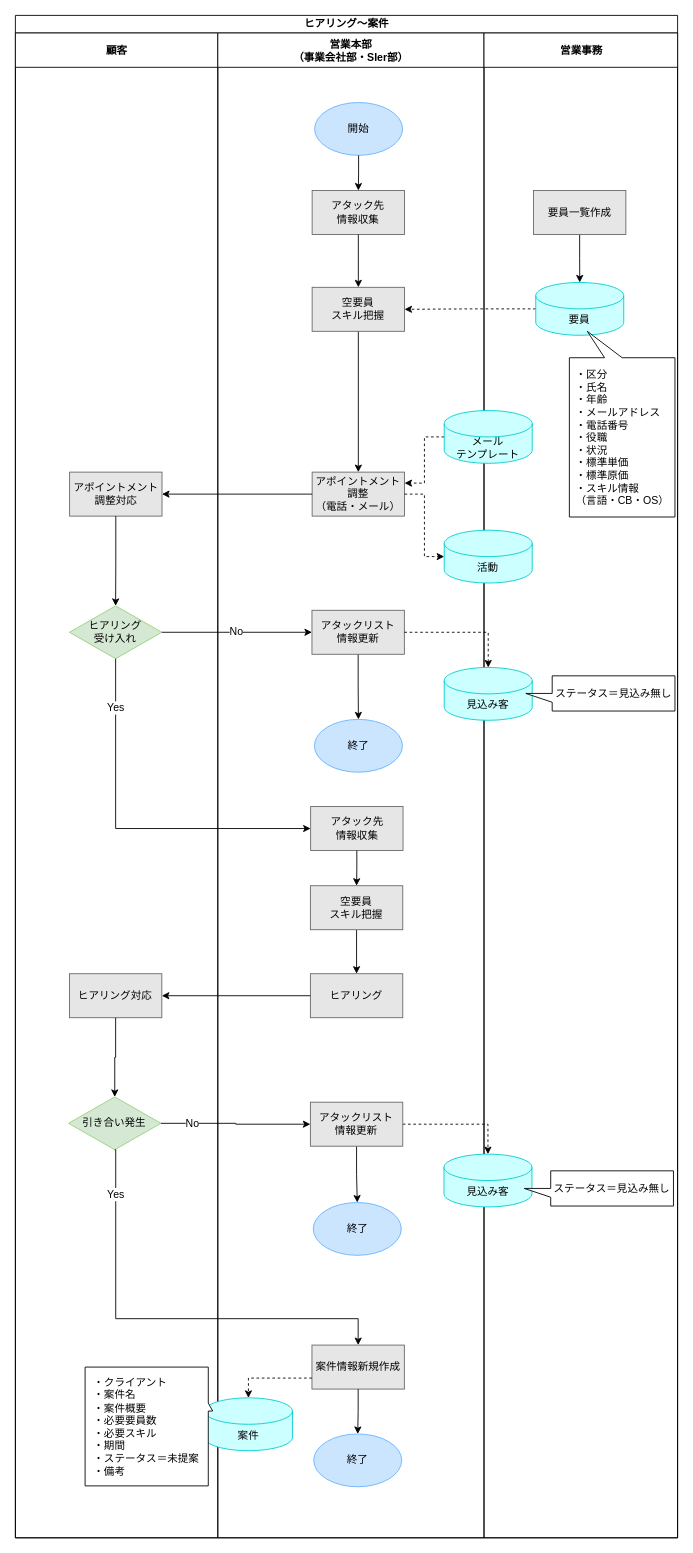
Earlier version of the draw.io diagram page "ヒアリング～案件" (3 of 6) of 20230622To-Be業務フロー図.drawio (TaikiHorita/TaikiRepository). Source tidied: cells renumbered, new cells numbered last; positions are measured from the earlier drawing's top-left corner, leaving out a move shared by most shapes. Both pictures are drawn from the tidied source at 88%, with x=0, y=0 at pixel (15, 15).
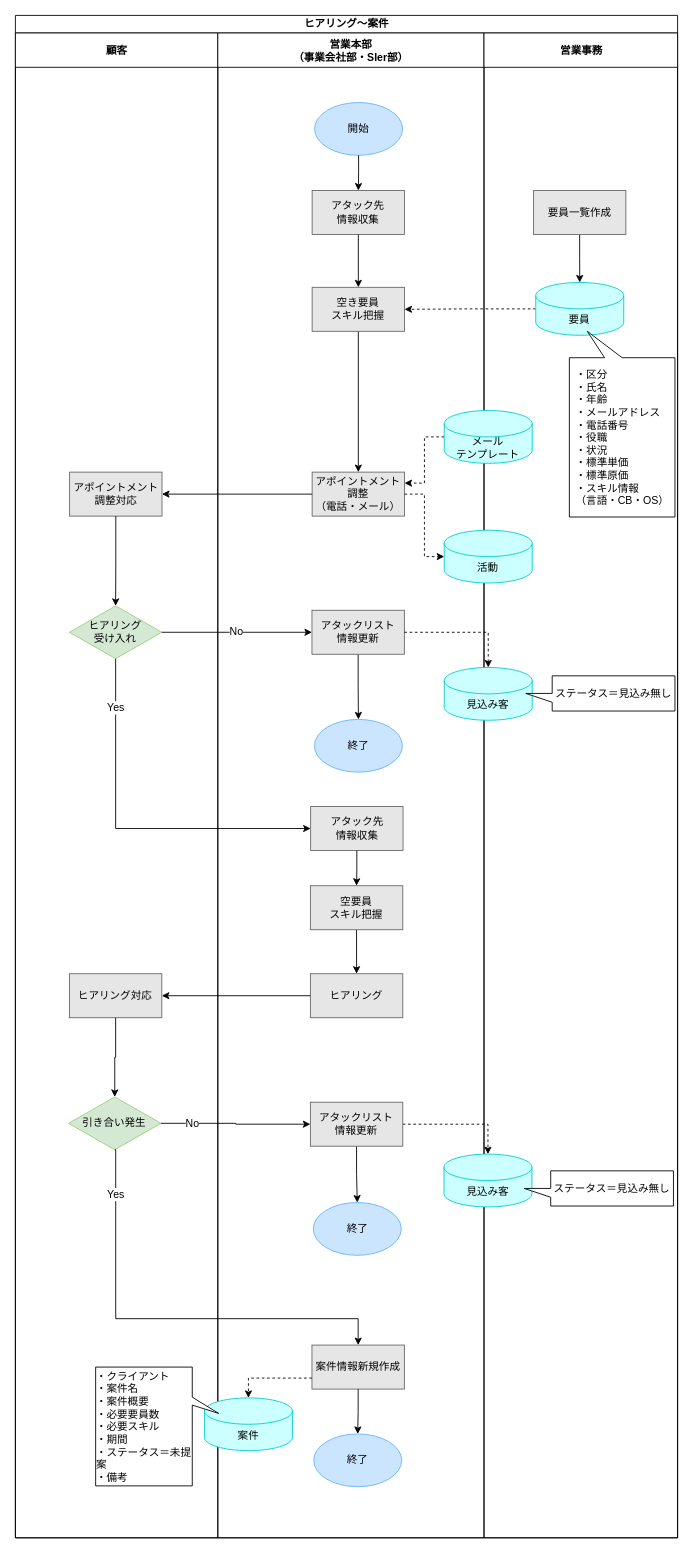
Above is the later version.

The change refers to these unchanged cells:
```xml
<mxCell id="13" value="営業本部&lt;br style=&quot;font-size: 12px;&quot;&gt;（事業会社部・SIer部）" style="swimlane;startSize=39;html=1;fontFamily=Meiryo UI ;fontStyle=1;fontSize=12;" parent="2" vertex="1">
  <mxGeometry x="230" y="20" width="302.5" height="1710" as="geometry" />
</mxCell>
```

What changed in the source:
```diff
@@
-    <mxCell id="27" value="空要員&lt;br style=&quot;font-size: 12px;&quot;&gt;スキル把握" style="rounded=0;whiteSpace=wrap;html=1;fillColor=#E6E6E6;fontFamily=Meiryo UI ;strokeColor=#666666;fontSize=12;" parent="13" vertex="1">
+    <mxCell id="27" value="空き要員&lt;br style=&quot;font-size: 12px;&quot;&gt;スキル把握" style="rounded=0;whiteSpace=wrap;html=1;fillColor=#E6E6E6;fontFamily=Meiryo UI ;strokeColor=#666666;fontSize=12;" parent="13" vertex="1">
       <mxGeometry x="107.2" y="289" width="105" height="50" as="geometry" />
     </mxCell>
@@
-    <mxCell id="56" value="&lt;div style=&quot;text-align: left; font-size: 12px;&quot;&gt;&lt;span style=&quot;background-color: initial; font-size: 12px;&quot;&gt;・クライアント&lt;/span&gt;&lt;/div&gt;&lt;div style=&quot;text-align: left; font-size: 12px;&quot;&gt;&lt;span style=&quot;background-color: initial; font-size: 12px;&quot;&gt;・案件名&lt;/span&gt;&lt;/div&gt;&lt;div style=&quot;text-align: left; font-size: 12px;&quot;&gt;&lt;span style=&quot;background-color: initial; font-size: 12px;&quot;&gt;・案件概要&lt;/span&gt;&lt;/div&gt;&lt;div style=&quot;text-align: left; font-size: 12px;&quot;&gt;&lt;span style=&quot;background-color: initial; font-size: 12px;&quot;&gt;・必要要員数&lt;/span&gt;&lt;/div&gt;&lt;div style=&quot;text-align: left; font-size: 12px;&quot;&gt;&lt;span style=&quot;background-color: initial; font-size: 12px;&quot;&gt;・必要スキル&lt;/span&gt;&lt;/div&gt;&lt;div style=&quot;text-align: left; font-size: 12px;&quot;&gt;&lt;span style=&quot;background-color: initial; font-size: 12px;&quot;&gt;・期間&lt;/span&gt;&lt;/div&gt;&lt;div style=&quot;text-align: left; font-size: 12px;&quot;&gt;&lt;span style=&quot;background-color: initial; font-size: 12px;&quot;&gt;・ステータス＝未提案&lt;/span&gt;&lt;/div&gt;&lt;div style=&quot;text-align: left; font-size: 12px;&quot;&gt;&lt;span style=&quot;background-color: initial; font-size: 12px;&quot;&gt;・備考&lt;/span&gt;&lt;/div&gt;" style="shape=callout;whiteSpace=wrap;html=1;perimeter=calloutPerimeter;position2=0.63;base=9;size=5;position=0.63;direction=north;fontFamily=Meiryo UI ;fontSize=12;" parent="1" vertex="1">
-      <mxGeometry x="79.2" y="1536" width="145" height="135" as="geometry" />
+    <mxCell id="56" value="&lt;div style=&quot;text-align: left; font-size: 12px;&quot;&gt;&lt;span style=&quot;background-color: initial; font-size: 12px;&quot;&gt;・クライアント&lt;/span&gt;&lt;/div&gt;&lt;div style=&quot;text-align: left; font-size: 12px;&quot;&gt;&lt;span style=&quot;background-color: initial; font-size: 12px;&quot;&gt;・案件名&lt;/span&gt;&lt;/div&gt;&lt;div style=&quot;text-align: left; font-size: 12px;&quot;&gt;&lt;span style=&quot;background-color: initial; font-size: 12px;&quot;&gt;・案件概要&lt;/span&gt;&lt;/div&gt;&lt;div style=&quot;text-align: left; font-size: 12px;&quot;&gt;&lt;span style=&quot;background-color: initial; font-size: 12px;&quot;&gt;・必要要員数&lt;/span&gt;&lt;/div&gt;&lt;div style=&quot;text-align: left; font-size: 12px;&quot;&gt;&lt;span style=&quot;background-color: initial; font-size: 12px;&quot;&gt;・必要スキル&lt;/span&gt;&lt;/div&gt;&lt;div style=&quot;text-align: left; font-size: 12px;&quot;&gt;&lt;span style=&quot;background-color: initial; font-size: 12px;&quot;&gt;・期間&lt;/span&gt;&lt;/div&gt;&lt;div style=&quot;text-align: left; font-size: 12px;&quot;&gt;&lt;span style=&quot;background-color: initial; font-size: 12px;&quot;&gt;・ステータス＝未提案&lt;/span&gt;&lt;/div&gt;&lt;div style=&quot;text-align: left; font-size: 12px;&quot;&gt;&lt;span style=&quot;background-color: initial; font-size: 12px;&quot;&gt;・備考&lt;/span&gt;&lt;/div&gt;" style="shape=callout;whiteSpace=wrap;html=1;perimeter=calloutPerimeter;position2=0.61;base=9;size=30;position=0.68;direction=north;fontFamily=Meiryo UI ;fontSize=12;" parent="1" vertex="1">
+      <mxGeometry x="91.2" y="1536" width="139.8" height="135" as="geometry" />
     </mxCell>
```
